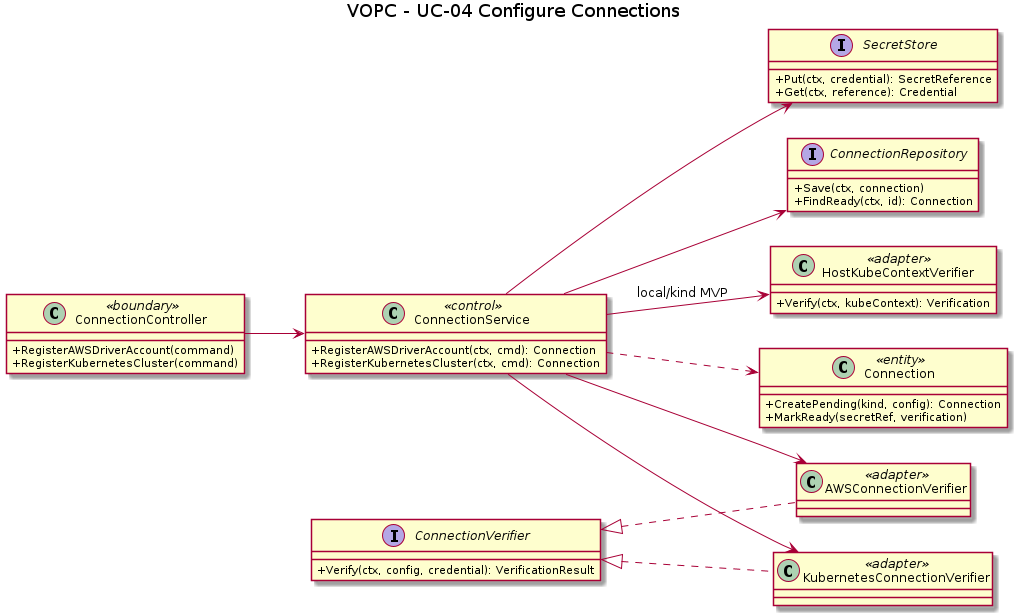
This is orchestrator_docs/usecase/UC-04/vopc.png from pr3s3nt/poc, a PlantUML export, as it was before one commit. Its source is kept beside it as orchestrator_docs/usecase/UC-04/vopc.puml.
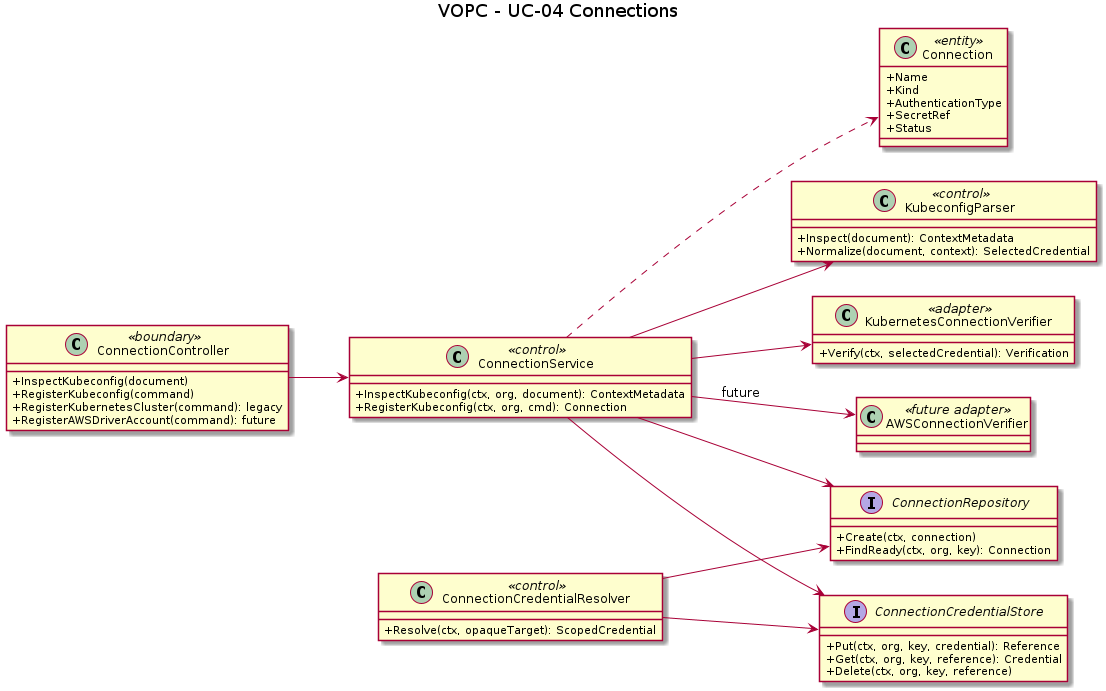
Above is the later version.

Change to the diagram source:
```diff
@@ -1,42 +1,51 @@
 @startuml
-title VOPC - UC-04 Configure Connections
+title VOPC - UC-04 Connections
 left to right direction
 skinparam classAttributeIconSize 0
 class ConnectionController <<boundary>> {
-  +RegisterAWSDriverAccount(command)
-  +RegisterKubernetesCluster(command)
+  +InspectKubeconfig(document)
+  +RegisterKubeconfig(command)
+  +RegisterKubernetesCluster(command): legacy
+  +RegisterAWSDriverAccount(command): future
 }
 class ConnectionService <<control>> {
-  +RegisterAWSDriverAccount(ctx, cmd): Connection
-  +RegisterKubernetesCluster(ctx, cmd): Connection
+  +InspectKubeconfig(ctx, org, document): ContextMetadata
+  +RegisterKubeconfig(ctx, org, cmd): Connection
 }
-class HostKubeContextVerifier <<adapter>> {
-  +Verify(ctx, kubeContext): Verification
+class KubeconfigParser <<control>> {
+  +Inspect(document): ContextMetadata
+  +Normalize(document, context): SelectedCredential
 }
+class KubernetesConnectionVerifier <<adapter>> {
+  +Verify(ctx, selectedCredential): Verification
+}
+class AWSConnectionVerifier <<future adapter>>
 class Connection <<entity>> {
-  +CreatePending(kind, config): Connection
-  +MarkReady(secretRef, verification)
+  +Name
+  +Kind
+  +AuthenticationType
+  +SecretRef
+  +Status
 }
-interface SecretStore {
-  +Put(ctx, credential): SecretReference
-  +Get(ctx, reference): Credential
+interface ConnectionCredentialStore {
+  +Put(ctx, org, key, credential): Reference
+  +Get(ctx, org, key, reference): Credential
+  +Delete(ctx, org, key, reference)
 }
-interface ConnectionVerifier {
-  +Verify(ctx, config, credential): VerificationResult
+interface ConnectionRepository {
+  +Create(ctx, connection)
+  +FindReady(ctx, org, key): Connection
 }
-class AWSConnectionVerifier <<adapter>>
-class KubernetesConnectionVerifier <<adapter>>
-interface ConnectionRepository {
-  +Save(ctx, connection)
-  +FindReady(ctx, id): Connection
+class ConnectionCredentialResolver <<control>> {
+  +Resolve(ctx, opaqueTarget): ScopedCredential
 }
 ConnectionController --> ConnectionService
-ConnectionService --> SecretStore
+ConnectionService --> KubeconfigParser
+ConnectionService --> ConnectionCredentialStore
 ConnectionService --> ConnectionRepository
-ConnectionService --> AWSConnectionVerifier
 ConnectionService --> KubernetesConnectionVerifier
-ConnectionService --> HostKubeContextVerifier : local/kind MVP
+ConnectionService --> AWSConnectionVerifier : future
 ConnectionService ..> Connection
-ConnectionVerifier <|.. AWSConnectionVerifier
-ConnectionVerifier <|.. KubernetesConnectionVerifier
+ConnectionCredentialResolver --> ConnectionRepository
+ConnectionCredentialResolver --> ConnectionCredentialStore
 @enduml
```
